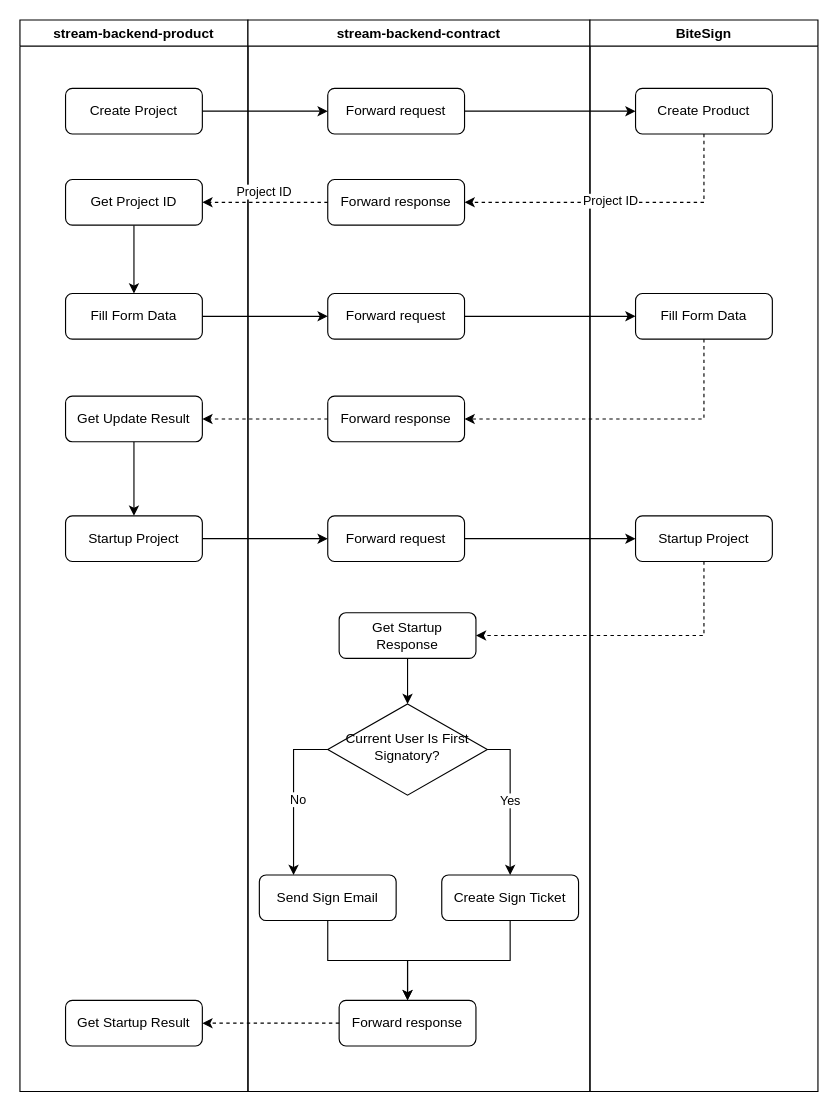
The draw.io diagram sign_flow.drawio in fast-dev/fast-dev.github.io, before the edit. Source tidied: cells renumbered, new cells numbered last; positions are measured from the earlier drawing's top-left corner, leaving out a move shared by most shapes. Both pictures are drawn from the tidied source at 114%, with x=0, y=0 at pixel (19, 19).
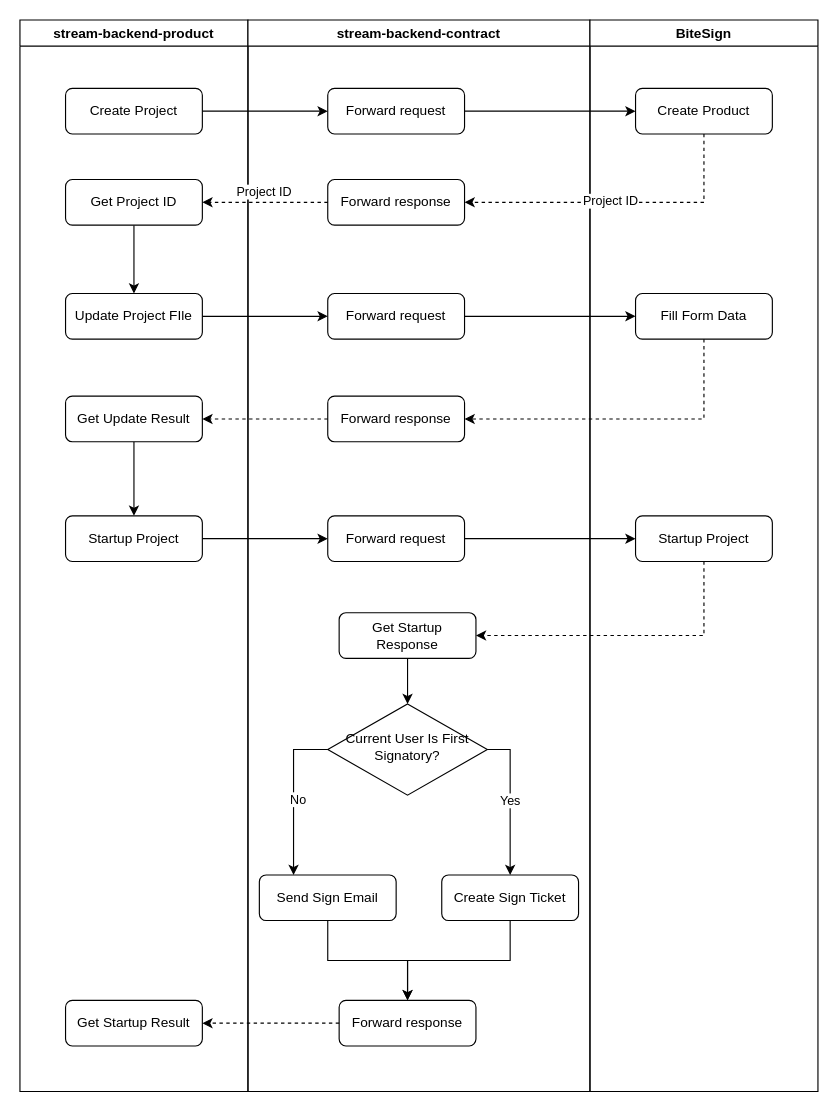
The same page after the edit.

The change refers to these unchanged cells:
```xml
<mxCell id="2" value="stream-backend-product" style="swimlane;whiteSpace=wrap;html=1;" parent="1" vertex="1">
  <mxGeometry width="200" height="940" as="geometry" />
</mxCell>
```

The edit, as a diff of the source:
```diff
@@
-    <mxCell id="6" value="Fill Form Data" style="rounded=1;whiteSpace=wrap;html=1;fontSize=12;glass=0;strokeWidth=1;shadow=0;" parent="2" vertex="1">
+    <mxCell id="6" value="Update Project FIle" style="rounded=1;whiteSpace=wrap;html=1;fontSize=12;glass=0;strokeWidth=1;shadow=0;" parent="2" vertex="1">
       <mxGeometry x="40" y="240" width="120" height="40" as="geometry" />
     </mxCell>
```
